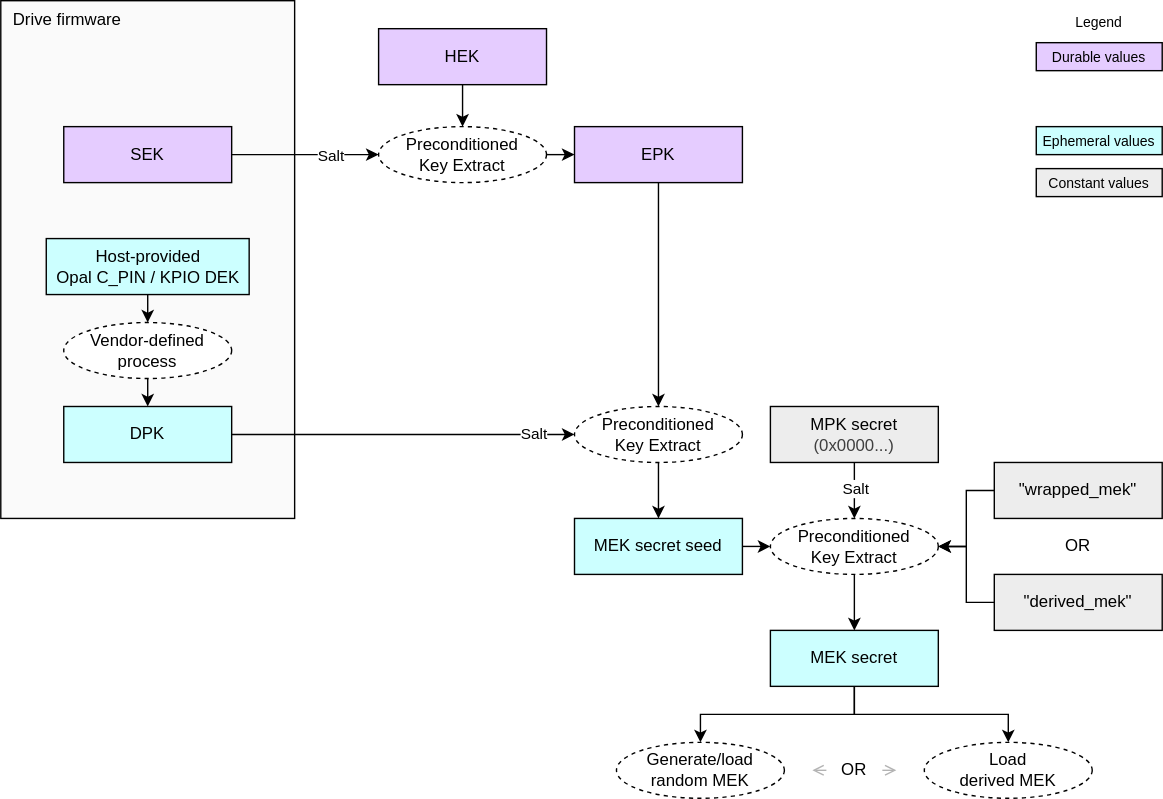
Before: doc/ocp_lock/diagrams/mek_secret_derivation_no_mpks.drawio.svg, a diagram exported from draw.io (chipsalliance/Caliptra). Source tidied: cells renumbered, new cells last; positions are measured from the earlier drawing's top-left corner, leaving out a move shared by most shapes.
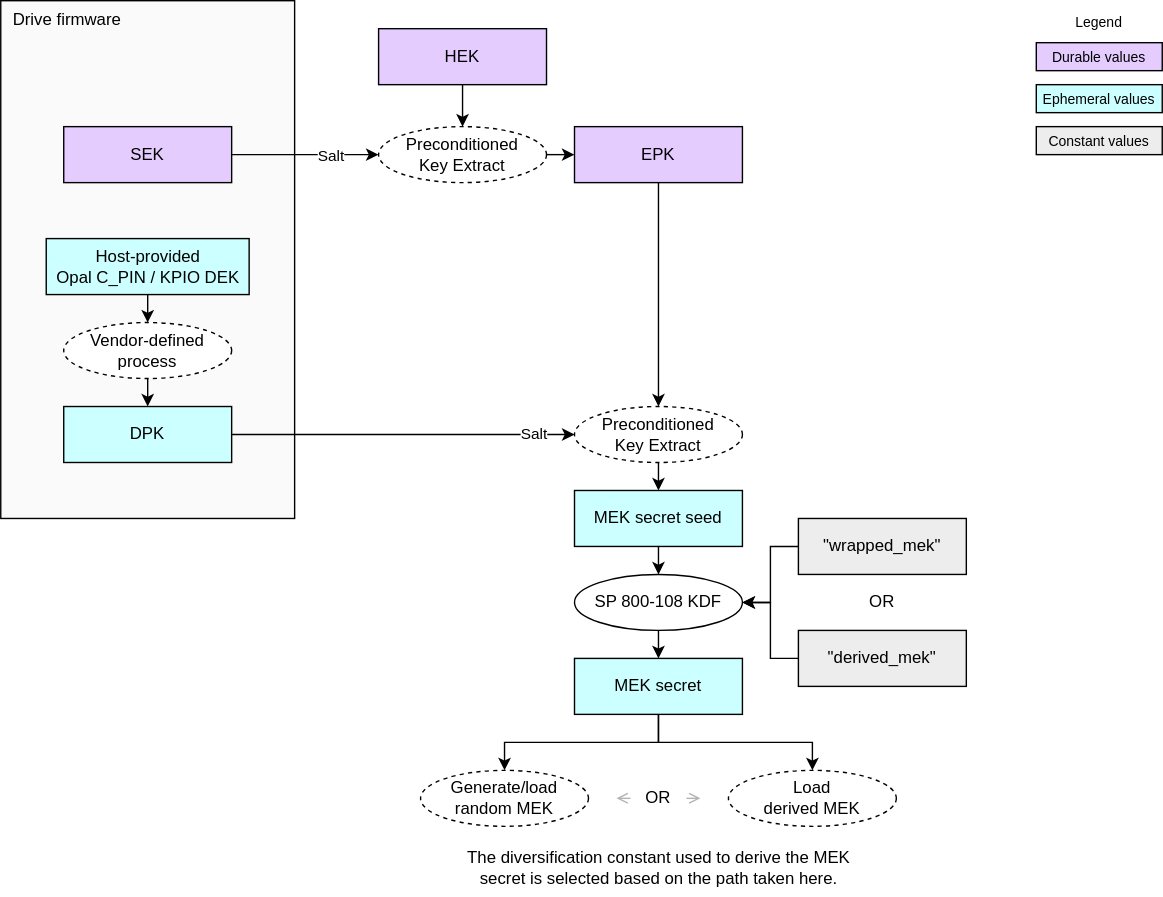
After the change.

Commit message:
Update diagrams with new key derivation flows to match SEK/DPK changes. (#538)

https://github.com/chipsalliance/Caliptra/pull/537 changes how the SEK
and DPK are sent to KMB. They now get sent in before any MPKs.

The edit, as a diff of the source:
```diff
@@ -12,14 +12,8 @@
       <mxGeometry x="755" width="60" height="30" as="geometry" />
     </mxCell>
     <mxCell id="5" value="&lt;div&gt;&lt;font color=&quot;#000000&quot;&gt;Ephemeral values&lt;/font&gt;&lt;/div&gt;" style="rounded=0;whiteSpace=wrap;html=1;align=center;verticalAlign=middle;shadow=0;glass=0;spacingLeft=0;spacingBottom=0;spacingTop=0;fillColor=#CCFFFF;fontSize=10;" parent="1" vertex="1">
-      <mxGeometry x="740" y="90" width="90" height="20" as="geometry" />
+      <mxGeometry x="740" y="60" width="90" height="20" as="geometry" />
     </mxCell>
-    <mxCell id="6" style="edgeStyle=orthogonalEdgeStyle;html=1;exitX=0.5;exitY=1;exitDx=0;exitDy=0;entryX=0.5;entryY=0;entryDx=0;entryDy=0;rounded=0;" parent="1" edge="1" source="7" target="22">
-      <mxGeometry relative="1" as="geometry" />
-    </mxCell>
-    <mxCell id="7" value="&lt;span style=&quot;color: rgb(0, 0, 0);&quot;&gt;Preconditioned&lt;/span&gt;&lt;div&gt;Key Extract&lt;/div&gt;" style="ellipse;whiteSpace=wrap;html=1;fillColor=#FFFFFF;dashed=1;" parent="1" vertex="1">
-      <mxGeometry x="550" y="370" width="120" height="40" as="geometry" />
-    </mxCell>
     <mxCell id="8" style="edgeStyle=none;html=1;exitX=0.5;exitY=1;exitDx=0;exitDy=0;entryX=0.5;entryY=0;entryDx=0;entryDy=0;" parent="1" edge="1" source="9" target="30">
       <mxGeometry relative="1" as="geometry" />
     </mxCell>
@@ -53,27 +47,9 @@
     <mxCell id="15" value="&lt;div&gt;&lt;font color=&quot;#000000&quot;&gt;SEK&lt;/font&gt;&lt;/div&gt;" style="rounded=0;whiteSpace=wrap;html=1;align=center;verticalAlign=middle;shadow=0;glass=0;spacingLeft=0;spacingBottom=0;spacingTop=0;fillColor=#E5CCFF;" parent="1" vertex="1">
       <mxGeometry x="45" y="90" width="120" height="40" as="geometry" />
     </mxCell>
-    <mxCell id="16" value="Load&lt;div&gt;derived MEK&lt;/div&gt;" style="ellipse;whiteSpace=wrap;html=1;fillColor=#FFFFFF;dashed=1;" parent="1" vertex="1">
-      <mxGeometry x="660" y="530" width="120" height="40" as="geometry" />
-    </mxCell>
     <mxCell id="17" value="&lt;div&gt;&lt;font color=&quot;#000000&quot;&gt;Constant values&lt;/font&gt;&lt;/div&gt;" style="rounded=0;whiteSpace=wrap;html=1;align=center;verticalAlign=middle;shadow=0;glass=0;spacingLeft=0;spacingBottom=0;spacingTop=0;fillColor=#EDEDED;fontSize=10;" parent="1" vertex="1">
-      <mxGeometry x="740" y="120" width="90" height="20" as="geometry" />
+      <mxGeometry x="740" y="90" width="90" height="20" as="geometry" />
     </mxCell>
-    <mxCell id="18" style="edgeStyle=orthogonalEdgeStyle;endArrow=classic;html=1;rounded=0;endSize=6;startSize=6;exitX=0.5;exitY=1;exitDx=0;exitDy=0;entryX=0.5;entryY=0;entryDx=0;entryDy=0;" parent="1" edge="1" source="22" target="20">
-      <mxGeometry relative="1" as="geometry" />
-    </mxCell>
-    <mxCell id="19" value="OR" style="text;strokeColor=none;align=center;fillColor=none;html=1;verticalAlign=middle;whiteSpace=wrap;rounded=0;" parent="1" vertex="1">
-      <mxGeometry x="590" y="535" width="40" height="30" as="geometry" />
-    </mxCell>
-    <mxCell id="20" value="&lt;div&gt;Generate/load random MEK&lt;/div&gt;" style="ellipse;whiteSpace=wrap;html=1;fillColor=#FFFFFF;dashed=1;" parent="1" vertex="1">
-      <mxGeometry x="440" y="530" width="120" height="40" as="geometry" />
-    </mxCell>
-    <mxCell id="21" style="edgeStyle=orthogonalEdgeStyle;endArrow=classic;html=1;rounded=0;endSize=6;startSize=6;entryX=0.5;entryY=0;entryDx=0;entryDy=0;exitX=0.5;exitY=1;exitDx=0;exitDy=0;" parent="1" edge="1" source="22" target="16">
-      <mxGeometry relative="1" as="geometry" />
-    </mxCell>
-    <mxCell id="22" value="&lt;div&gt;&lt;font color=&quot;#000000&quot;&gt;MEK secret&lt;/font&gt;&lt;/div&gt;" style="rounded=0;whiteSpace=wrap;html=1;align=center;verticalAlign=middle;shadow=0;glass=0;spacingLeft=0;spacingBottom=0;spacingTop=0;fillColor=#CCFFFF;" parent="1" vertex="1">
-      <mxGeometry x="550" y="450" width="120" height="40" as="geometry" />
-    </mxCell>
     <mxCell id="23" style="edgeStyle=none;html=1;exitX=0.5;exitY=1;exitDx=0;exitDy=0;entryX=0.5;entryY=0;entryDx=0;entryDy=0;" parent="1" edge="1" source="24" target="12">
       <mxGeometry relative="1" as="geometry" />
     </mxCell>
@@ -86,16 +62,6 @@
     <mxCell id="26" value="&lt;div&gt;&lt;font color=&quot;#000000&quot;&gt;Host-provided&lt;/font&gt;&lt;/div&gt;&lt;div&gt;&lt;font color=&quot;#000000&quot;&gt;Opal C_PIN / KPIO DEK&lt;/font&gt;&lt;/div&gt;" style="rounded=0;whiteSpace=wrap;html=1;align=center;verticalAlign=middle;shadow=0;glass=0;spacingLeft=0;spacingBottom=0;spacingTop=0;fillColor=#CCFFFF;" parent="1" vertex="1">
       <mxGeometry x="32.5" y="170" width="145" height="40" as="geometry" />
     </mxCell>
-    <mxCell id="27" style="endArrow=open;html=1;rounded=0;endSize=6;startSize=6;exitX=1;exitY=0.5;exitDx=0;exitDy=0;strokeColor=#B3B3B3;endFill=0;" parent="1" edge="1" source="19">
-      <mxGeometry relative="1" as="geometry">
-        <mxPoint x="640" y="550" as="targetPoint" />
-      </mxGeometry>
-    </mxCell>
-    <mxCell id="28" style="endArrow=open;html=1;rounded=0;endSize=6;startSize=6;exitX=0;exitY=0.5;exitDx=0;exitDy=0;strokeColor=#B3B3B3;endFill=0;" parent="1" edge="1" source="19">
-      <mxGeometry relative="1" as="geometry">
-        <mxPoint x="580" y="550" as="targetPoint" />
-      </mxGeometry>
-    </mxCell>
     <mxCell id="29" style="edgeStyle=none;html=1;exitX=1;exitY=0.5;exitDx=0;exitDy=0;entryX=0;entryY=0.5;entryDx=0;entryDy=0;" parent="1" edge="1" source="30" target="32">
       <mxGeometry relative="1" as="geometry" />
     </mxCell>
@@ -114,37 +80,63 @@
     <mxCell id="34" value="&lt;span style=&quot;color: rgb(0, 0, 0);&quot;&gt;Preconditioned&lt;/span&gt;&lt;div&gt;Key Extract&lt;/div&gt;" style="ellipse;whiteSpace=wrap;html=1;fillColor=#FFFFFF;dashed=1;" parent="1" vertex="1">
       <mxGeometry x="410" y="290" width="120" height="40" as="geometry" />
     </mxCell>
-    <mxCell id="35" style="edgeStyle=none;html=1;exitX=1;exitY=0.5;exitDx=0;exitDy=0;entryX=0;entryY=0.5;entryDx=0;entryDy=0;" parent="1" edge="1" source="36" target="7">
-      <mxGeometry relative="1" as="geometry" />
-    </mxCell>
+    <mxCell id="45" style="edgeStyle=none;html=1;exitX=0.5;exitY=1;exitDx=0;exitDy=0;entryX=0.5;entryY=0;entryDx=0;entryDy=0;" parent="1" edge="1" source="36" target="46">
+      <mxGeometry relative="1" as="geometry" />
+    </mxCell>
     <mxCell id="36" value="&lt;div&gt;&lt;font color=&quot;#000000&quot;&gt;MEK secret seed&lt;/font&gt;&lt;/div&gt;" style="rounded=0;whiteSpace=wrap;html=1;align=center;verticalAlign=middle;shadow=0;glass=0;spacingLeft=0;spacingBottom=0;spacingTop=0;fillColor=#CCFFFF;" parent="1" vertex="1">
-      <mxGeometry x="410" y="370" width="120" height="40" as="geometry" />
+      <mxGeometry x="410" y="350" width="120" height="40" as="geometry" />
     </mxCell>
-    <mxCell id="37" style="edgeStyle=none;html=1;exitX=0.5;exitY=1;exitDx=0;exitDy=0;entryX=0.5;entryY=0;entryDx=0;entryDy=0;" parent="1" edge="1" source="39" target="7">
-      <mxGeometry relative="1" as="geometry" />
-    </mxCell>
-    <mxCell id="38" value="Salt" style="edgeLabel;html=1;align=center;verticalAlign=middle;" parent="37" vertex="1">
-      <mxGeometry x="0.1" y="1" relative="1" as="geometry">
-        <mxPoint x="-1" y="-4" as="offset" />
-      </mxGeometry>
-    </mxCell>
-    <mxCell id="39" value="&lt;font&gt;MPK secret&lt;/font&gt;&lt;div&gt;&lt;span style=&quot;color: rgb(63, 63, 63); background-color: transparent;&quot;&gt;(0x0000...)&lt;/span&gt;&lt;/div&gt;" style="rounded=0;whiteSpace=wrap;html=1;align=center;verticalAlign=middle;shadow=0;glass=0;spacingLeft=0;spacingBottom=0;spacingTop=0;fillColor=#EDEDED;" parent="1" vertex="1">
-      <mxGeometry x="550" y="290" width="120" height="40" as="geometry" />
-    </mxCell>
-    <mxCell id="40" style="edgeStyle=orthogonalEdgeStyle;html=1;exitX=0;exitY=0.5;exitDx=0;exitDy=0;rounded=0;entryX=1;entryY=0.5;entryDx=0;entryDy=0;" parent="1" edge="1" source="41" target="7">
-      <mxGeometry relative="1" as="geometry" />
-    </mxCell>
+    <mxCell id="44" style="edgeStyle=orthogonalEdgeStyle;html=1;exitX=0.5;exitY=1;exitDx=0;exitDy=0;entryX=0.5;entryY=0;entryDx=0;entryDy=0;rounded=0;" parent="1" edge="1" source="46" target="22">
+      <mxGeometry relative="1" as="geometry" />
+    </mxCell>
+    <mxCell id="46" value="SP 800-108 KDF" style="ellipse;whiteSpace=wrap;html=1;fillColor=#FFFFFF;" parent="1" vertex="1">
+      <mxGeometry x="410" y="410" width="120" height="40" as="geometry" />
+    </mxCell>
+    <mxCell id="16" value="Load&lt;div&gt;derived MEK&lt;/div&gt;" style="ellipse;whiteSpace=wrap;html=1;fillColor=#FFFFFF;dashed=1;" parent="1" vertex="1">
+      <mxGeometry x="520" y="550" width="120" height="40" as="geometry" />
+    </mxCell>
+    <mxCell id="18" style="edgeStyle=orthogonalEdgeStyle;endArrow=classic;html=1;rounded=0;endSize=6;startSize=6;exitX=0.5;exitY=1;exitDx=0;exitDy=0;entryX=0.5;entryY=0;entryDx=0;entryDy=0;" parent="1" edge="1" source="22" target="20">
+      <mxGeometry relative="1" as="geometry" />
+    </mxCell>
+    <mxCell id="47" value="OR" style="text;strokeColor=none;align=center;fillColor=none;html=1;verticalAlign=middle;whiteSpace=wrap;rounded=0;" parent="1" vertex="1">
+      <mxGeometry x="450" y="555" width="40" height="30" as="geometry" />
+    </mxCell>
+    <mxCell id="20" value="&lt;div&gt;Generate/load random MEK&lt;/div&gt;" style="ellipse;whiteSpace=wrap;html=1;fillColor=#FFFFFF;dashed=1;" parent="1" vertex="1">
+      <mxGeometry x="300" y="550" width="120" height="40" as="geometry" />
+    </mxCell>
+    <mxCell id="21" style="edgeStyle=orthogonalEdgeStyle;endArrow=classic;html=1;rounded=0;endSize=6;startSize=6;entryX=0.5;entryY=0;entryDx=0;entryDy=0;exitX=0.5;exitY=1;exitDx=0;exitDy=0;" parent="1" edge="1" source="22" target="16">
+      <mxGeometry relative="1" as="geometry" />
+    </mxCell>
+    <mxCell id="22" value="&lt;div&gt;&lt;font color=&quot;#000000&quot;&gt;MEK secret&lt;/font&gt;&lt;/div&gt;" style="rounded=0;whiteSpace=wrap;html=1;align=center;verticalAlign=middle;shadow=0;glass=0;spacingLeft=0;spacingBottom=0;spacingTop=0;fillColor=#CCFFFF;" parent="1" vertex="1">
+      <mxGeometry x="410" y="470" width="120" height="40" as="geometry" />
+    </mxCell>
+    <mxCell id="48" style="endArrow=open;html=1;rounded=0;endSize=6;startSize=6;exitX=1;exitY=0.5;exitDx=0;exitDy=0;strokeColor=#B3B3B3;endFill=0;" parent="1" edge="1" source="47">
+      <mxGeometry relative="1" as="geometry">
+        <mxPoint x="500" y="570" as="targetPoint" />
+      </mxGeometry>
+    </mxCell>
+    <mxCell id="49" style="endArrow=open;html=1;rounded=0;endSize=6;startSize=6;exitX=0;exitY=0.5;exitDx=0;exitDy=0;strokeColor=#B3B3B3;endFill=0;" parent="1" edge="1" source="47">
+      <mxGeometry relative="1" as="geometry">
+        <mxPoint x="440" y="570" as="targetPoint" />
+      </mxGeometry>
+    </mxCell>
+    <mxCell id="50" style="edgeStyle=orthogonalEdgeStyle;html=1;exitX=0;exitY=0.5;exitDx=0;exitDy=0;entryX=1;entryY=0.5;entryDx=0;entryDy=0;rounded=0;" parent="1" edge="1" source="41" target="46">
+      <mxGeometry relative="1" as="geometry" />
+    </mxCell>
     <mxCell id="41" value="&lt;div&gt;&lt;font color=&quot;#000000&quot;&gt;&quot;wrapped_mek&quot;&lt;/font&gt;&lt;/div&gt;" style="rounded=0;whiteSpace=wrap;html=1;align=center;verticalAlign=middle;shadow=0;glass=0;spacingLeft=0;spacingBottom=0;spacingTop=0;fillColor=#EDEDED;" parent="1" vertex="1">
-      <mxGeometry x="710" y="330" width="120" height="40" as="geometry" />
+      <mxGeometry x="570" y="370" width="120" height="40" as="geometry" />
     </mxCell>
-    <mxCell id="42" style="edgeStyle=orthogonalEdgeStyle;html=1;exitX=0;exitY=0.5;exitDx=0;exitDy=0;rounded=0;entryX=1;entryY=0.5;entryDx=0;entryDy=0;" parent="1" edge="1" source="43" target="7">
-      <mxGeometry relative="1" as="geometry" />
-    </mxCell>
+    <mxCell id="51" style="edgeStyle=orthogonalEdgeStyle;html=1;exitX=0;exitY=0.5;exitDx=0;exitDy=0;entryX=1;entryY=0.5;entryDx=0;entryDy=0;rounded=0;" parent="1" edge="1" source="43" target="46">
+      <mxGeometry relative="1" as="geometry" />
+    </mxCell>
     <mxCell id="43" value="&lt;div&gt;&lt;font color=&quot;#000000&quot;&gt;&quot;derived_mek&quot;&lt;/font&gt;&lt;/div&gt;" style="rounded=0;whiteSpace=wrap;html=1;align=center;verticalAlign=middle;shadow=0;glass=0;spacingLeft=0;spacingBottom=0;spacingTop=0;fillColor=#EDEDED;" parent="1" vertex="1">
-      <mxGeometry x="710" y="410" width="120" height="40" as="geometry" />
+      <mxGeometry x="570" y="450" width="120" height="40" as="geometry" />
     </mxCell>
-    <mxCell id="44" value="OR" style="text;strokeColor=none;align=center;fillColor=none;html=1;verticalAlign=middle;whiteSpace=wrap;rounded=0;" parent="1" vertex="1">
-      <mxGeometry x="750" y="375" width="40" height="30" as="geometry" />
-    </mxCell>
+    <mxCell id="52" value="OR" style="text;strokeColor=none;align=center;fillColor=none;html=1;verticalAlign=middle;whiteSpace=wrap;rounded=0;" parent="1" vertex="1">
+      <mxGeometry x="610" y="415" width="40" height="30" as="geometry" />
+    </mxCell>
+    <mxCell id="53" value="&lt;div&gt;&lt;span style=&quot;color: rgb(0, 0, 0);&quot;&gt;The diversification constant used to derive the MEK&lt;/span&gt;&lt;/div&gt;&lt;div&gt;&lt;span style=&quot;color: rgb(0, 0, 0);&quot;&gt;secret is selected based on the path taken here.&lt;/span&gt;&lt;span style=&quot;background-color: transparent;&quot;&gt;&lt;/span&gt;&lt;/div&gt;" style="text;strokeColor=none;align=center;fillColor=none;html=1;verticalAlign=middle;whiteSpace=wrap;rounded=0;" parent="1" vertex="1">
+      <mxGeometry x="317.5" y="600" width="305" height="40" as="geometry" />
+    </mxCell>
   </root>
 </mxGraphModel>
```
